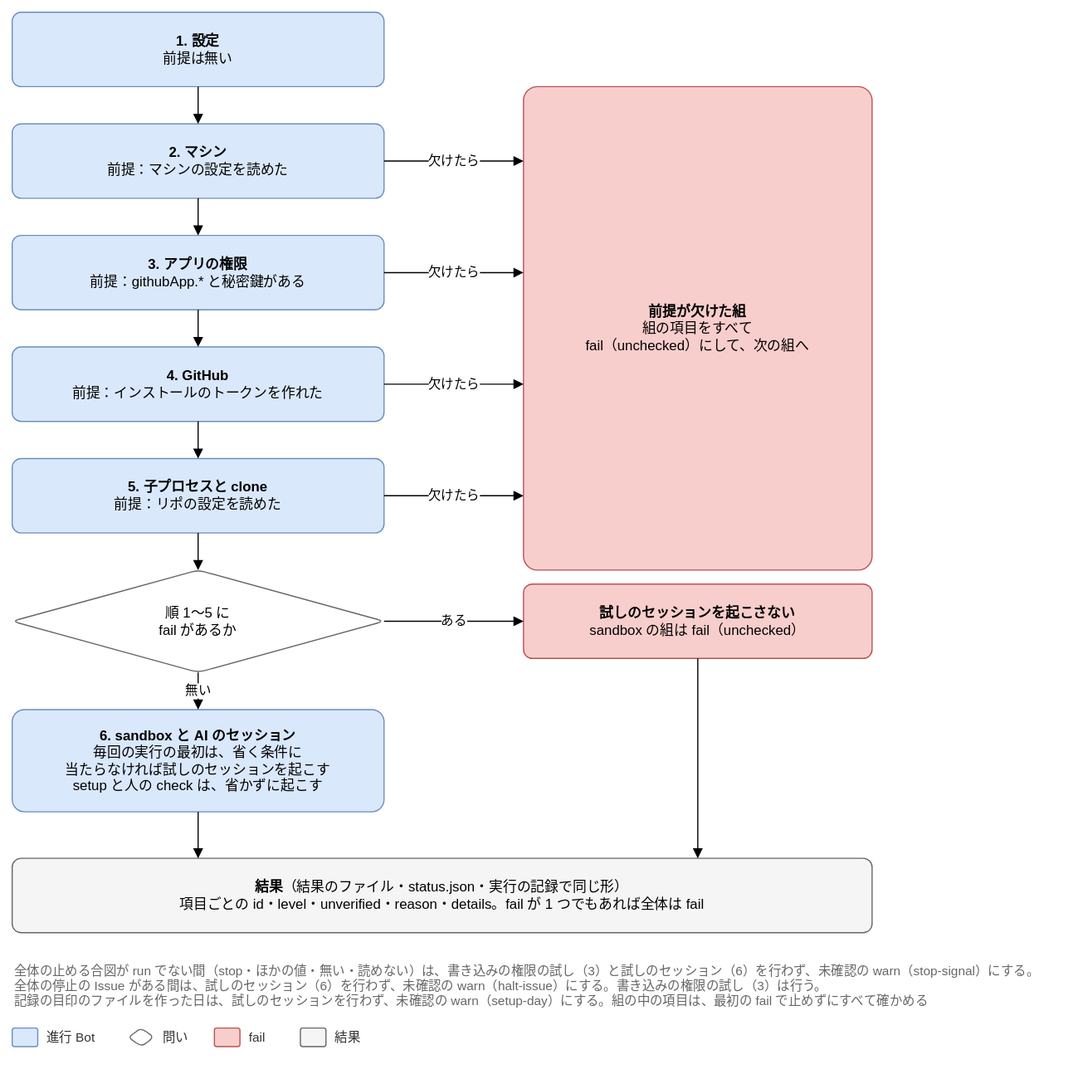
Before: docs/design/detailed/diagrams/04-groups.drawio.svg, a diagram exported from draw.io (Joymerrevent/dev-autopilot). Source tidied: cells renumbered, new cells last; positions are measured from the earlier drawing's top-left corner, leaving out a move shared by most shapes.
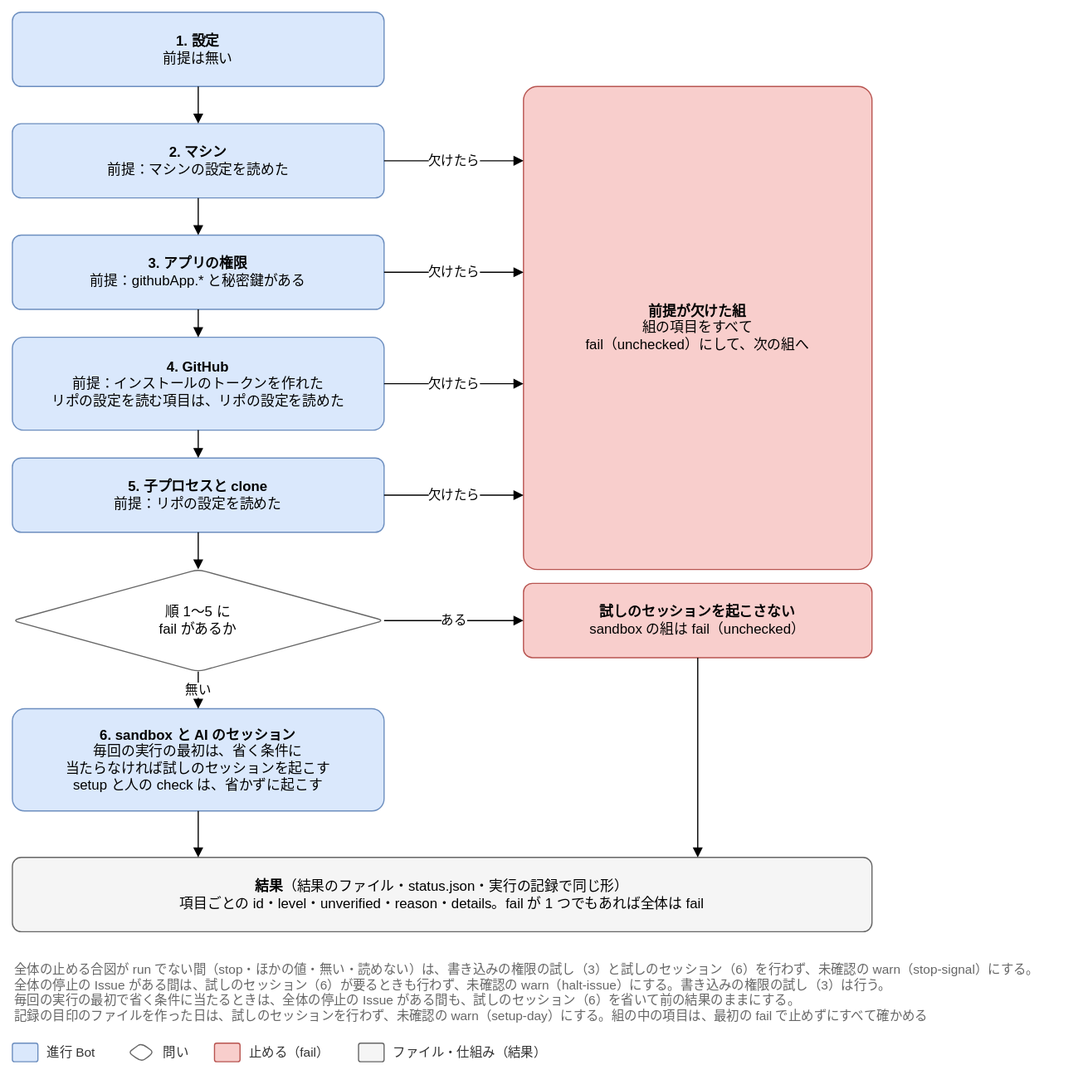
The same diagram one commit later.

Commit message:
docs(design): 詳細設計の図 04-groups と 05-room で、前提と省く条件と部屋の確かめを描く

詳細設計のレビューの低の直し（最初のレビューの R3-30・R6-9・R6-12・R6-13、
1 回目の再レビューの R4-11）。

- 04-groups：g4 にリポの設定を読む項目の前提を足し、note に省く条件に当たれば前の結果のままを
  足し、凡例を「止める（fail）」「ファイル・仕組み（結果）」にする（R6-13・R4-11・R6-9）
- 05-room：run が部屋のパスの形を確かめ、排他で 700 で作り、読み戻してから使うことを足し、
  note に device_code を書かないことを足す（R6-12・R3-30）

Claude-Session: https://claude.ai/code/session_01LvmXQN14Y95msvojZ6hWNP

Diff of the diagram source:
```diff
@@ -17,8 +17,8 @@
     <mxCell id="6" style="edgeStyle=orthogonalEdgeStyle;rounded=1;html=1;endArrow=block;endFill=1;fontSize=11;labelBackgroundColor=#ffffff;exitX=0.5;exitY=1;exitDx=0;exitDy=0;entryX=0.5;entryY=0;entryDx=0;entryDy=0;" parent="1" edge="1" source="3" target="5">
       <mxGeometry relative="1" as="geometry" />
     </mxCell>
-    <mxCell id="7" value="&lt;b&gt;4. GitHub&lt;/b&gt;&lt;br&gt;前提：インストールのトークンを作れた" style="rounded=1;whiteSpace=wrap;html=1;fontSize=12;arcSize=12;spacing=12;fillColor=#dae8fc;strokeColor=#6c8ebf;" parent="1" vertex="1">
-      <mxGeometry y="288" width="320" height="64" as="geometry" />
+    <mxCell id="7" value="&lt;b&gt;4. GitHub&lt;/b&gt;&lt;br&gt;前提：インストールのトークンを作れた&lt;br&gt;リポの設定を読む項目は、リポの設定を読めた" style="rounded=1;whiteSpace=wrap;html=1;fontSize=12;arcSize=12;spacing=12;fillColor=#dae8fc;strokeColor=#6c8ebf;" parent="1" vertex="1">
+      <mxGeometry y="280" width="320" height="80" as="geometry" />
     </mxCell>
     <mxCell id="8" style="edgeStyle=orthogonalEdgeStyle;rounded=1;html=1;endArrow=block;endFill=1;fontSize=11;labelBackgroundColor=#ffffff;exitX=0.5;exitY=1;exitDx=0;exitDy=0;entryX=0.5;entryY=0;entryDx=0;entryDy=0;" parent="1" edge="1" source="5" target="7">
       <mxGeometry relative="1" as="geometry" />
@@ -71,32 +71,32 @@
     <mxCell id="24" style="edgeStyle=orthogonalEdgeStyle;rounded=1;html=1;endArrow=block;endFill=1;fontSize=11;labelBackgroundColor=#ffffff;exitX=0.5;exitY=1;exitDx=0;exitDy=0;entryX=0.7972972972972973;entryY=0;entryDx=0;entryDy=0;" parent="1" edge="1" source="18" target="22">
       <mxGeometry relative="1" as="geometry" />
     </mxCell>
-    <mxCell id="25" value="全体の止める合図が run でない間（stop・ほかの値・無い・読めない）は、書き込みの権限の試し（3）と試しのセッション（6）を行わず、未確認の warn（stop-signal）にする。&lt;br&gt;全体の停止の Issue がある間は、試しのセッション（6）を行わず、未確認の warn（halt-issue）にする。書き込みの権限の試し（3）は行う。&lt;br&gt;記録の目印のファイルを作った日は、試しのセッションを行わず、未確認の warn（setup-day）にする。組の中の項目は、最初の fail で止めずにすべて確かめる" style="text;html=1;whiteSpace=wrap;align=left;verticalAlign=top;fontSize=11;fontColor=#666666;" parent="1" vertex="1">
-      <mxGeometry y="812" width="900" height="48" as="geometry" />
+    <mxCell id="25" value="全体の止める合図が run でない間（stop・ほかの値・無い・読めない）は、書き込みの権限の試し（3）と試しのセッション（6）を行わず、未確認の warn（stop-signal）にする。&lt;br&gt;全体の停止の Issue がある間は、試しのセッション（6）が要るときも行わず、未確認の warn（halt-issue）にする。書き込みの権限の試し（3）は行う。&lt;br&gt;毎回の実行の最初で省く条件に当たるときは、全体の停止の Issue がある間も、試しのセッション（6）を省いて前の結果のままにする。&lt;br&gt;記録の目印のファイルを作った日は、試しのセッションを行わず、未確認の warn（setup-day）にする。組の中の項目は、最初の fail で止めずにすべて確かめる" style="text;html=1;whiteSpace=wrap;align=left;verticalAlign=top;fontSize=11;fontColor=#666666;" parent="1" vertex="1">
+      <mxGeometry y="812" width="900" height="62" as="geometry" />
     </mxCell>
     <mxCell id="26" style="rounded=1;whiteSpace=wrap;html=1;fontSize=12;arcSize=12;spacing=12;fillColor=#dae8fc;strokeColor=#6c8ebf;" parent="1" vertex="1">
-      <mxGeometry y="874" width="22" height="16" as="geometry" />
+      <mxGeometry y="888" width="22" height="16" as="geometry" />
     </mxCell>
     <mxCell id="27" value="進行 Bot" style="text;html=1;align=left;verticalAlign=middle;fontSize=11;fontColor=#333333;" parent="1" vertex="1">
-      <mxGeometry x="28" y="872" width="56" height="20" as="geometry" />
+      <mxGeometry x="28" y="886" width="56" height="20" as="geometry" />
     </mxCell>
     <mxCell id="28" style="rounded=1;whiteSpace=wrap;html=1;fontSize=12;arcSize=12;spacing=12;shape=rhombus;perimeter=rhombusPerimeter;fillColor=#ffffff;strokeColor=#666666;" parent="1" vertex="1">
-      <mxGeometry x="100" y="874" width="22" height="16" as="geometry" />
+      <mxGeometry x="100" y="888" width="22" height="16" as="geometry" />
     </mxCell>
     <mxCell id="29" value="問い" style="text;html=1;align=left;verticalAlign=middle;fontSize=11;fontColor=#333333;" parent="1" vertex="1">
-      <mxGeometry x="128" y="872" width="30" height="20" as="geometry" />
+      <mxGeometry x="128" y="886" width="30" height="20" as="geometry" />
     </mxCell>
     <mxCell id="30" style="rounded=1;whiteSpace=wrap;html=1;fontSize=12;arcSize=12;spacing=12;fillColor=#f8cecc;strokeColor=#b85450;" parent="1" vertex="1">
-      <mxGeometry x="174" y="874" width="22" height="16" as="geometry" />
+      <mxGeometry x="174" y="888" width="22" height="16" as="geometry" />
     </mxCell>
-    <mxCell id="31" value="fail" style="text;html=1;align=left;verticalAlign=middle;fontSize=11;fontColor=#333333;" parent="1" vertex="1">
-      <mxGeometry x="202" y="872" width="30" height="20" as="geometry" />
+    <mxCell id="31" value="止める（fail）" style="text;html=1;align=left;verticalAlign=middle;fontSize=11;fontColor=#333333;" parent="1" vertex="1">
+      <mxGeometry x="202" y="886" width="80" height="20" as="geometry" />
     </mxCell>
     <mxCell id="32" style="rounded=1;whiteSpace=wrap;html=1;fontSize=12;arcSize=12;spacing=12;fillColor=#f5f5f5;strokeColor=#666666;" parent="1" vertex="1">
-      <mxGeometry x="248" y="874" width="22" height="16" as="geometry" />
+      <mxGeometry x="298" y="888" width="22" height="16" as="geometry" />
     </mxCell>
-    <mxCell id="33" value="結果" style="text;html=1;align=left;verticalAlign=middle;fontSize=11;fontColor=#333333;" parent="1" vertex="1">
-      <mxGeometry x="276" y="872" width="30" height="20" as="geometry" />
+    <mxCell id="33" value="ファイル・仕組み（結果）" style="text;html=1;align=left;verticalAlign=middle;fontSize=11;fontColor=#333333;" parent="1" vertex="1">
+      <mxGeometry x="326" y="886" width="136" height="20" as="geometry" />
     </mxCell>
   </root>
 </mxGraphModel>
```
